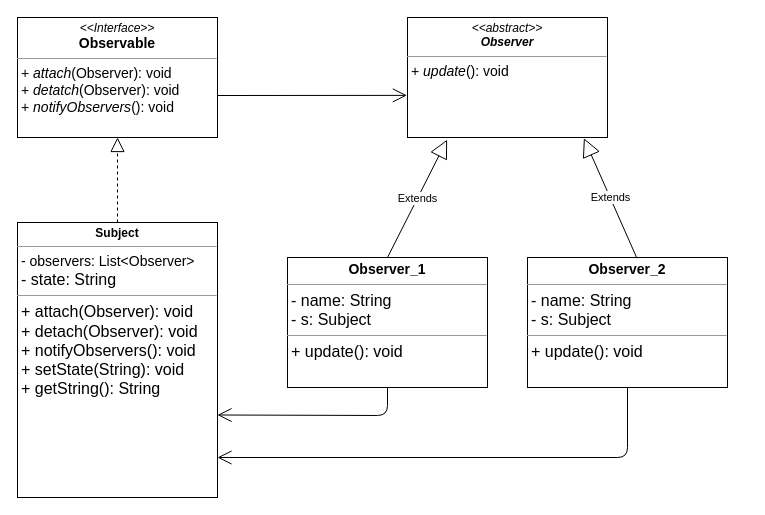
The draw.io diagram com/cc/java/observer/observer_class_pull.drawio in cjanta/02_Design_Patterns, before the edit. Source tidied: cells renumbered, new cells numbered last; positions are measured from the earlier drawing's top-left corner, leaving out a move shared by most shapes. Both pictures are drawn from the tidied source at 100%, with x=0, y=0 at pixel (17, 17).
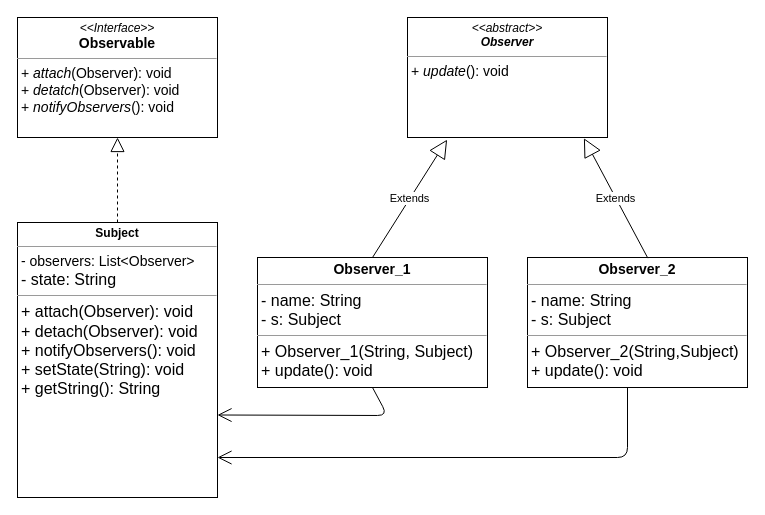
Above is the later version.

Commit message (it also covers changes not shown here):
erster Wurf: Observer Design Pattern

What changed in the source:
```diff
@@
 <mxGraphModel>
   <root>
     <mxCell id="0" />
     <mxCell id="1" parent="0" />
-    <mxCell id="2" value="&lt;p style=&quot;margin: 0px ; margin-top: 4px ; text-align: center&quot;&gt;&lt;b&gt;&lt;font style=&quot;font-size: 14px&quot;&gt;Observer_1&lt;/font&gt;&lt;/b&gt;&lt;/p&gt;&lt;hr size=&quot;1&quot;&gt;&lt;p style=&quot;margin: 0px ; margin-left: 4px&quot;&gt;&lt;font size=&quot;3&quot;&gt;- name: String&lt;/font&gt;&lt;/p&gt;&lt;p style=&quot;margin: 0px ; margin-left: 4px&quot;&gt;&lt;font size=&quot;3&quot;&gt;- s: Subject&lt;/font&gt;&lt;/p&gt;&lt;hr size=&quot;1&quot;&gt;&lt;p style=&quot;margin: 0px ; margin-left: 4px&quot;&gt;&lt;font size=&quot;3&quot;&gt;+&amp;nbsp;&lt;/font&gt;&lt;span style=&quot;font-size: medium&quot;&gt;update&lt;/span&gt;&lt;font size=&quot;3&quot;&gt;(): void&lt;/font&gt;&lt;/p&gt;&lt;p style=&quot;margin: 0px ; margin-left: 4px&quot;&gt;&lt;br&gt;&lt;/p&gt;&lt;p style=&quot;margin: 0px ; margin-left: 4px&quot;&gt;&lt;font size=&quot;3&quot;&gt;&lt;br&gt;&lt;/font&gt;&lt;/p&gt;&lt;p style=&quot;margin: 0px ; margin-left: 4px&quot;&gt;&lt;font size=&quot;3&quot;&gt;&lt;br&gt;&lt;/font&gt;&lt;/p&gt;&lt;p style=&quot;margin: 0px ; margin-left: 4px&quot;&gt;&lt;br&gt;&lt;/p&gt;&lt;p style=&quot;margin: 0px ; margin-left: 4px&quot;&gt;&lt;br&gt;&lt;/p&gt;&lt;p style=&quot;margin: 0px ; margin-left: 4px&quot;&gt;&lt;br&gt;&lt;/p&gt;" style="verticalAlign=top;align=left;overflow=fill;fontSize=12;fontFamily=Helvetica;html=1;" parent="1" vertex="1">
-      <mxGeometry x="270" y="240" width="200" height="130" as="geometry" />
+    <mxCell id="2" value="&lt;p style=&quot;margin: 0px ; margin-top: 4px ; text-align: center&quot;&gt;&lt;b&gt;&lt;font style=&quot;font-size: 14px&quot;&gt;Observer_1&lt;/font&gt;&lt;/b&gt;&lt;/p&gt;&lt;hr size=&quot;1&quot;&gt;&lt;p style=&quot;margin: 0px ; margin-left: 4px&quot;&gt;&lt;font size=&quot;3&quot;&gt;- name: String&lt;/font&gt;&lt;/p&gt;&lt;p style=&quot;margin: 0px ; margin-left: 4px&quot;&gt;&lt;font size=&quot;3&quot;&gt;- s: Subject&lt;/font&gt;&lt;/p&gt;&lt;hr size=&quot;1&quot;&gt;&lt;p style=&quot;margin: 0px ; margin-left: 4px&quot;&gt;&lt;font size=&quot;3&quot;&gt;+ Observer_1(String, Subject)&lt;/font&gt;&lt;/p&gt;&lt;p style=&quot;margin: 0px ; margin-left: 4px&quot;&gt;&lt;font size=&quot;3&quot;&gt;+&amp;nbsp;&lt;/font&gt;&lt;span style=&quot;background-color: initial; font-size: medium;&quot;&gt;update&lt;/span&gt;&lt;font style=&quot;background-color: initial;&quot; size=&quot;3&quot;&gt;(): void&lt;/font&gt;&lt;/p&gt;&lt;p style=&quot;margin: 0px ; margin-left: 4px&quot;&gt;&lt;br&gt;&lt;/p&gt;&lt;p style=&quot;margin: 0px ; margin-left: 4px&quot;&gt;&lt;font size=&quot;3&quot;&gt;&lt;br&gt;&lt;/font&gt;&lt;/p&gt;&lt;p style=&quot;margin: 0px ; margin-left: 4px&quot;&gt;&lt;font size=&quot;3&quot;&gt;&lt;br&gt;&lt;/font&gt;&lt;/p&gt;&lt;p style=&quot;margin: 0px ; margin-left: 4px&quot;&gt;&lt;br&gt;&lt;/p&gt;&lt;p style=&quot;margin: 0px ; margin-left: 4px&quot;&gt;&lt;br&gt;&lt;/p&gt;&lt;p style=&quot;margin: 0px ; margin-left: 4px&quot;&gt;&lt;br&gt;&lt;/p&gt;" style="verticalAlign=top;align=left;overflow=fill;fontSize=12;fontFamily=Helvetica;html=1;" parent="1" vertex="1">
+      <mxGeometry x="240" y="240" width="230" height="130" as="geometry" />
     </mxCell>
     <mxCell id="3" style="edgeStyle=orthogonalEdgeStyle;rounded=0;orthogonalLoop=1;jettySize=auto;html=1;exitX=0.5;exitY=1;exitDx=0;exitDy=0;" parent="1" edge="1" source="2" target="2">
       <mxGeometry relative="1" as="geometry" />
     </mxCell>
     <mxCell id="4" value="&lt;p style=&quot;margin: 0px ; margin-top: 4px ; text-align: center&quot;&gt;&lt;b&gt;&lt;font style=&quot;font-size: 12px&quot;&gt;Subject&lt;/font&gt;&lt;/b&gt;&lt;/p&gt;&lt;hr size=&quot;1&quot;&gt;&lt;p style=&quot;margin: 0px ; margin-left: 4px&quot;&gt;&lt;font style=&quot;font-size: 14px&quot;&gt;- observers: List&amp;lt;Observer&amp;gt;&lt;/font&gt;&lt;/p&gt;&lt;p style=&quot;margin: 0px ; margin-left: 4px&quot;&gt;&lt;font size=&quot;3&quot;&gt;- state: String&lt;/font&gt;&lt;/p&gt;&lt;hr size=&quot;1&quot;&gt;&lt;p style=&quot;margin: 0px ; margin-left: 4px&quot;&gt;&lt;font size=&quot;3&quot;&gt;+&amp;nbsp;attach(Observer): void&lt;/font&gt;&lt;/p&gt;&lt;p style=&quot;margin: 0px ; margin-left: 4px&quot;&gt;&lt;font size=&quot;3&quot;&gt;+ detach&lt;/font&gt;&lt;font size=&quot;3&quot;&gt;(Observer): void&lt;br&gt;+ notifyObservers(): void&lt;/font&gt;&lt;/p&gt;&lt;p style=&quot;margin: 0px ; margin-left: 4px&quot;&gt;&lt;font size=&quot;3&quot;&gt;+ setState(String): void&lt;/font&gt;&lt;/p&gt;&lt;p style=&quot;margin: 0px ; margin-left: 4px&quot;&gt;&lt;font size=&quot;3&quot;&gt;+ getString(): String&lt;/font&gt;&lt;/p&gt;&lt;br&gt;&lt;p style=&quot;margin: 0px ; margin-left: 4px&quot;&gt;&lt;font size=&quot;3&quot;&gt;&lt;br&gt;&lt;/font&gt;&lt;/p&gt;&lt;p style=&quot;margin: 0px ; margin-left: 4px&quot;&gt;&lt;font size=&quot;3&quot;&gt;&lt;br&gt;&lt;/font&gt;&lt;/p&gt;&lt;p style=&quot;margin: 0px ; margin-left: 4px&quot;&gt;&lt;br&gt;&lt;/p&gt;&lt;p style=&quot;margin: 0px ; margin-left: 4px&quot;&gt;&lt;br&gt;&lt;/p&gt;&lt;p style=&quot;margin: 0px ; margin-left: 4px&quot;&gt;&lt;br&gt;&lt;/p&gt;" style="verticalAlign=top;align=left;overflow=fill;fontSize=12;fontFamily=Helvetica;html=1;" parent="1" vertex="1">
       <mxGeometry y="205" width="200" height="275" as="geometry" />
     </mxCell>
     <mxCell id="5" style="edgeStyle=orthogonalEdgeStyle;rounded=0;orthogonalLoop=1;jettySize=auto;html=1;exitX=0.5;exitY=1;exitDx=0;exitDy=0;" parent="1" edge="1">
       <mxGeometry relative="1" as="geometry">
         <mxPoint x="290" y="240" as="sourcePoint" />
         <mxPoint x="290" y="240" as="targetPoint" />
       </mxGeometry>
     </mxCell>
     <mxCell id="6" value="&lt;p style=&quot;margin: 0px ; margin-top: 4px ; text-align: center&quot;&gt;&lt;i&gt;&amp;lt;&amp;lt;Interface&amp;gt;&amp;gt;&lt;/i&gt;&lt;br&gt;&lt;b&gt;&lt;font style=&quot;font-size: 14px&quot;&gt;Observable&lt;/font&gt;&lt;/b&gt;&lt;/p&gt;&lt;hr size=&quot;1&quot;&gt;&lt;p style=&quot;margin: 0px ; margin-left: 4px&quot;&gt;&lt;font style=&quot;font-size: 14px&quot;&gt;+ &lt;i&gt;attach&lt;/i&gt;(Observer): void&lt;br&gt;+ &lt;i&gt;detatch&lt;/i&gt;(Observer): void&lt;br&gt;&lt;/font&gt;&lt;/p&gt;&lt;p style=&quot;margin: 0px ; margin-left: 4px&quot;&gt;&lt;font style=&quot;font-size: 14px&quot;&gt;+ &lt;i&gt;notifyObservers&lt;/i&gt;(): void&lt;/font&gt;&lt;br&gt;&lt;/p&gt;" style="verticalAlign=top;align=left;overflow=fill;fontSize=12;fontFamily=Helvetica;html=1;" parent="1" vertex="1">
       <mxGeometry width="200" height="120" as="geometry" />
     </mxCell>
     <mxCell id="7" value="&lt;p style=&quot;margin: 0px ; margin-top: 4px ; text-align: center&quot;&gt;&lt;i&gt;&amp;lt;&amp;lt;abstract&amp;gt;&amp;gt;&lt;/i&gt;&lt;br&gt;&lt;b&gt;&lt;i&gt;Observer&lt;/i&gt;&lt;/b&gt;&lt;/p&gt;&lt;hr size=&quot;1&quot;&gt;&lt;p style=&quot;margin: 0px ; margin-left: 4px&quot;&gt;&lt;span style=&quot;font-size: 14px&quot;&gt;+ &lt;/span&gt;&lt;i style=&quot;font-size: 14px&quot;&gt;update&lt;/i&gt;&lt;span style=&quot;font-size: 14px&quot;&gt;(): void&lt;/span&gt;&lt;br&gt;&lt;/p&gt;" style="verticalAlign=top;align=left;overflow=fill;fontSize=12;fontFamily=Helvetica;html=1;" parent="1" vertex="1">
       <mxGeometry x="390" width="200" height="120" as="geometry" />
     </mxCell>
     <mxCell id="8" style="endArrow=block;dashed=1;endFill=0;endSize=12;html=1;exitX=0.5;exitY=0;exitDx=0;exitDy=0;entryX=0.5;entryY=1;entryDx=0;entryDy=0;" parent="1" edge="1" source="4" target="6">
       <mxGeometry relative="1" as="geometry" />
     </mxCell>
-    <mxCell id="9" value="&lt;p style=&quot;margin: 0px ; margin-top: 4px ; text-align: center&quot;&gt;&lt;b&gt;&lt;font style=&quot;font-size: 14px&quot;&gt;Observer_2&lt;/font&gt;&lt;/b&gt;&lt;/p&gt;&lt;hr size=&quot;1&quot;&gt;&lt;p style=&quot;margin: 0px ; margin-left: 4px&quot;&gt;&lt;font size=&quot;3&quot;&gt;- name: String&lt;/font&gt;&lt;/p&gt;&lt;p style=&quot;margin: 0px ; margin-left: 4px&quot;&gt;&lt;font size=&quot;3&quot;&gt;- s: Subject&lt;/font&gt;&lt;/p&gt;&lt;hr size=&quot;1&quot;&gt;&lt;p style=&quot;margin: 0px ; margin-left: 4px&quot;&gt;&lt;font size=&quot;3&quot;&gt;+&amp;nbsp;&lt;/font&gt;&lt;span style=&quot;font-size: medium&quot;&gt;update&lt;/span&gt;&lt;font size=&quot;3&quot;&gt;(): void&lt;/font&gt;&lt;/p&gt;&lt;p style=&quot;margin: 0px ; margin-left: 4px&quot;&gt;&lt;br&gt;&lt;/p&gt;&lt;p style=&quot;margin: 0px ; margin-left: 4px&quot;&gt;&lt;font size=&quot;3&quot;&gt;&lt;br&gt;&lt;/font&gt;&lt;/p&gt;&lt;p style=&quot;margin: 0px ; margin-left: 4px&quot;&gt;&lt;font size=&quot;3&quot;&gt;&lt;br&gt;&lt;/font&gt;&lt;/p&gt;&lt;p style=&quot;margin: 0px ; margin-left: 4px&quot;&gt;&lt;br&gt;&lt;/p&gt;&lt;p style=&quot;margin: 0px ; margin-left: 4px&quot;&gt;&lt;br&gt;&lt;/p&gt;&lt;p style=&quot;margin: 0px ; margin-left: 4px&quot;&gt;&lt;br&gt;&lt;/p&gt;" style="verticalAlign=top;align=left;overflow=fill;fontSize=12;fontFamily=Helvetica;html=1;" parent="1" vertex="1">
-      <mxGeometry x="510" y="240" width="200" height="130" as="geometry" />
+    <mxCell id="9" value="&lt;p style=&quot;margin: 0px ; margin-top: 4px ; text-align: center&quot;&gt;&lt;b&gt;&lt;font style=&quot;font-size: 14px&quot;&gt;Observer_2&lt;/font&gt;&lt;/b&gt;&lt;/p&gt;&lt;hr size=&quot;1&quot;&gt;&lt;p style=&quot;margin: 0px ; margin-left: 4px&quot;&gt;&lt;font size=&quot;3&quot;&gt;- name: String&lt;/font&gt;&lt;/p&gt;&lt;p style=&quot;margin: 0px ; margin-left: 4px&quot;&gt;&lt;font size=&quot;3&quot;&gt;- s: Subject&lt;/font&gt;&lt;/p&gt;&lt;hr size=&quot;1&quot;&gt;&lt;p style=&quot;margin: 0px ; margin-left: 4px&quot;&gt;&lt;font size=&quot;3&quot;&gt;+ Observer_2(String,Subject)&lt;/font&gt;&lt;/p&gt;&lt;p style=&quot;margin: 0px ; margin-left: 4px&quot;&gt;&lt;font size=&quot;3&quot;&gt;+&amp;nbsp;&lt;/font&gt;&lt;span style=&quot;font-size: medium&quot;&gt;update&lt;/span&gt;&lt;font size=&quot;3&quot;&gt;(): void&lt;/font&gt;&lt;/p&gt;&lt;p style=&quot;margin: 0px ; margin-left: 4px&quot;&gt;&lt;br&gt;&lt;/p&gt;&lt;p style=&quot;margin: 0px ; margin-left: 4px&quot;&gt;&lt;font size=&quot;3&quot;&gt;&lt;br&gt;&lt;/font&gt;&lt;/p&gt;&lt;p style=&quot;margin: 0px ; margin-left: 4px&quot;&gt;&lt;font size=&quot;3&quot;&gt;&lt;br&gt;&lt;/font&gt;&lt;/p&gt;&lt;p style=&quot;margin: 0px ; margin-left: 4px&quot;&gt;&lt;br&gt;&lt;/p&gt;&lt;p style=&quot;margin: 0px ; margin-left: 4px&quot;&gt;&lt;br&gt;&lt;/p&gt;&lt;p style=&quot;margin: 0px ; margin-left: 4px&quot;&gt;&lt;br&gt;&lt;/p&gt;" style="verticalAlign=top;align=left;overflow=fill;fontSize=12;fontFamily=Helvetica;html=1;" parent="1" vertex="1">
+      <mxGeometry x="510" y="240" width="220" height="130" as="geometry" />
     </mxCell>
     <mxCell id="10" value="Extends" style="endArrow=block;endSize=16;endFill=0;html=1;exitX=0.5;exitY=0;exitDx=0;exitDy=0;entryX=0.198;entryY=1.018;entryDx=0;entryDy=0;entryPerimeter=0;" parent="1" edge="1" source="2" target="7">
       <mxGeometry relative="1" as="geometry" />
     </mxCell>
     <mxCell id="11" value="Extends" style="endArrow=block;endSize=16;endFill=0;html=1;exitX=0.547;exitY=0.005;exitDx=0;exitDy=0;exitPerimeter=0;entryX=0.882;entryY=1.006;entryDx=0;entryDy=0;entryPerimeter=0;" parent="1" edge="1" source="9" target="7">
       <mxGeometry relative="1" as="geometry" />
     </mxCell>
     <mxCell id="12" style="endArrow=open;endFill=1;endSize=12;html=1;" parent="1" edge="1">
       <mxGeometry relative="1" as="geometry">
         <mxPoint x="610" y="370" as="sourcePoint" />
         <mxPoint x="200" y="440" as="targetPoint" />
         <Array as="points">
           <mxPoint x="610" y="440" />
         </Array>
       </mxGeometry>
     </mxCell>
     <mxCell id="13" style="endArrow=open;endFill=1;endSize=12;html=1;exitX=0.5;exitY=1;exitDx=0;exitDy=0;entryX=1;entryY=0.7;entryDx=0;entryDy=0;entryPerimeter=0;" parent="1" edge="1" source="2" target="4">
       <mxGeometry relative="1" as="geometry">
         <Array as="points">
           <mxPoint x="370" y="398" />
         </Array>
       </mxGeometry>
     </mxCell>
-    <mxCell id="14" style="endArrow=open;endFill=1;endSize=12;html=1;entryX=-0.003;entryY=0.649;entryDx=0;entryDy=0;entryPerimeter=0;" parent="1" edge="1" target="7">
-      <mxGeometry relative="1" as="geometry">
-        <mxPoint x="200" y="78" as="sourcePoint" />
-      </mxGeometry>
-    </mxCell>
   </root>
 </mxGraphModel>
```
